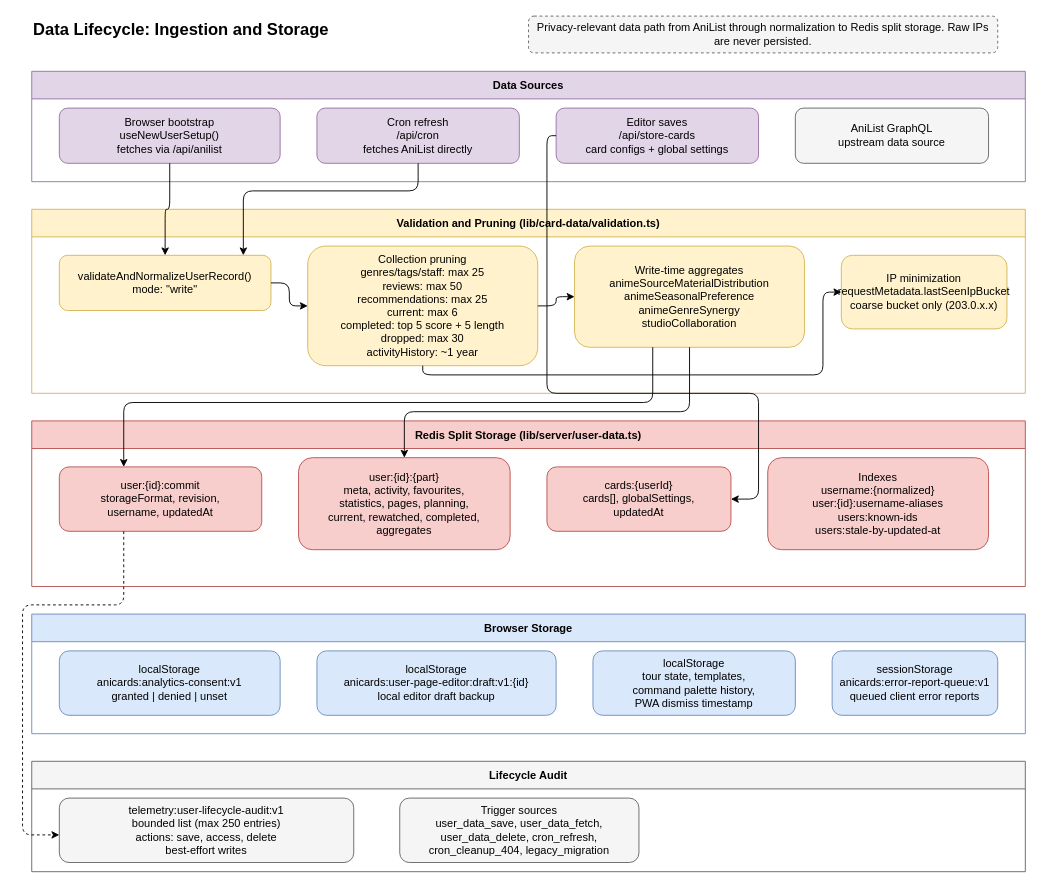
RLAlpha49/AniCards keeps this draw.io diagram as page "Data Ingestion and Storage" (1 of 2) of docs/diagrams/data-lifecycle.drawio. Above is the earlier version. Source tidied: cells renumbered, new cells numbered last; positions are measured from the earlier drawing's top-left corner, leaving out a move shared by most shapes. Both pictures are drawn from the tidied source at 92%, with x=0, y=0 at pixel (22, 16).
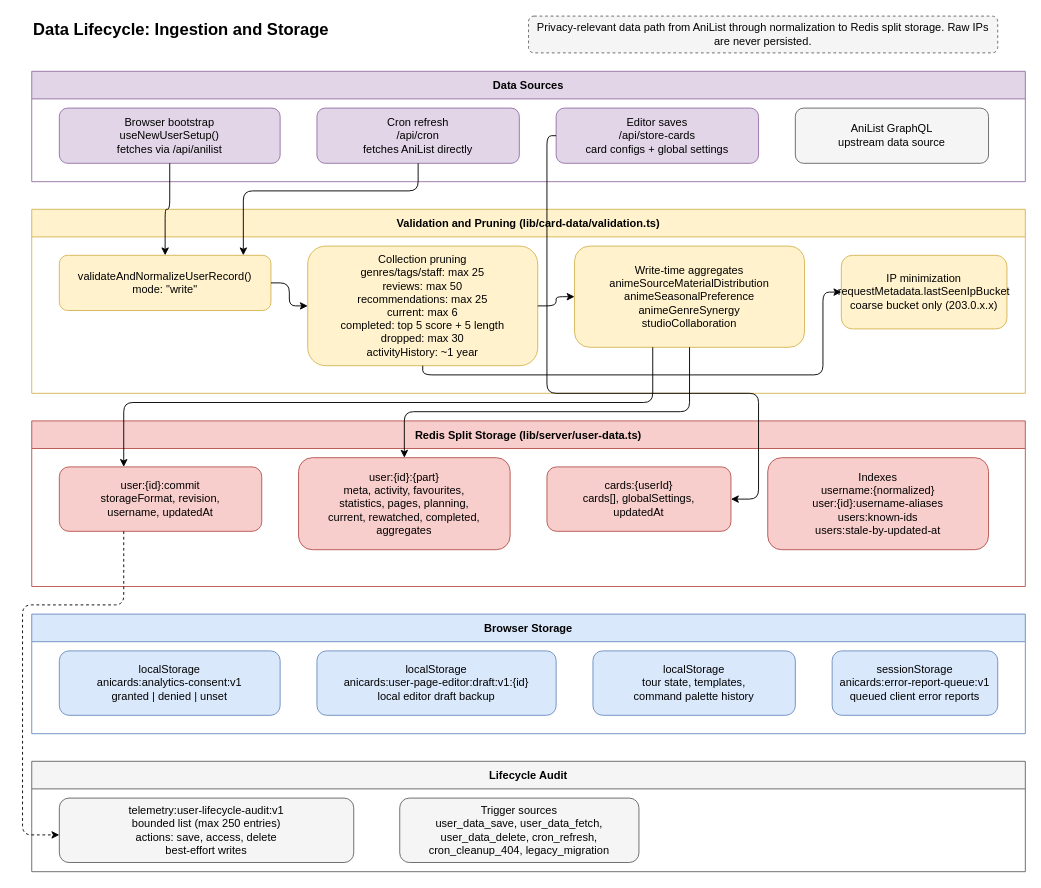
The same page after the edit.

Commit message (it also covers changes not shown here):
docs: refresh icon and architecture references

The change refers to these unchanged cells:
```xml
<mxCell id="19" value="Browser Storage" style="swimlane;startSize=30;fillColor=#dae8fc;strokeColor=#6c8ebf;fontStyle=1;" parent="1" vertex="1">
  <mxGeometry x="10" y="650" width="1080" height="130" as="geometry" />
</mxCell>
```

The edit, as a diff of the source:
```diff
@@
-    <mxCell id="22" value="localStorage&#10;tour state, templates,&#10;command palette history,&#10;PWA dismiss timestamp" style="rounded=1;whiteSpace=wrap;html=1;fillColor=#dae8fc;strokeColor=#6c8ebf;" parent="19" vertex="1">
+    <mxCell id="22" value="localStorage&#10;tour state, templates,&#10;command palette history" style="rounded=1;whiteSpace=wrap;html=1;fillColor=#dae8fc;strokeColor=#6c8ebf;" parent="19" vertex="1">
       <mxGeometry x="610" y="40" width="220" height="70" as="geometry" />
     </mxCell>
```
